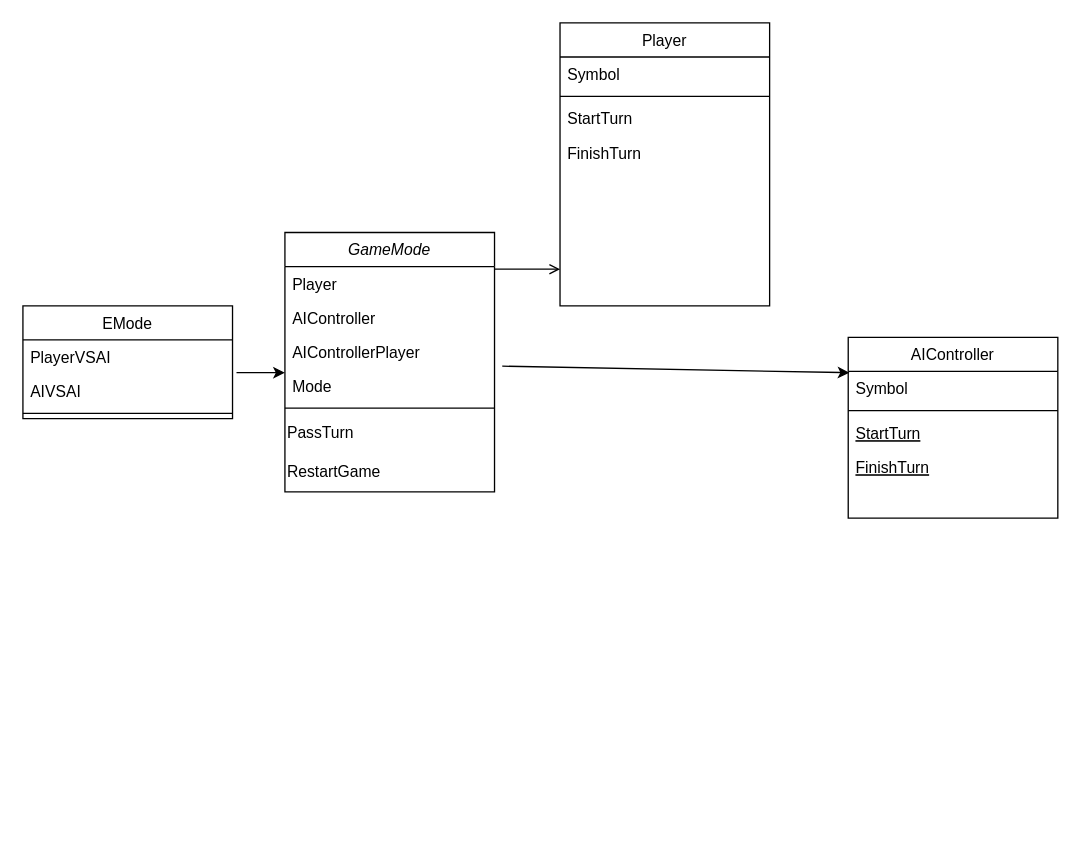
Above: UML.drawio in Ago251/Minimax (draw.io), before the change. Source tidied: cells renumbered, new cells numbered last; positions are measured from the earlier drawing's top-left corner, leaving out a move shared by most shapes. Both pictures are drawn from the tidied source at 131%, with x=0, y=0 at pixel (22, 22).
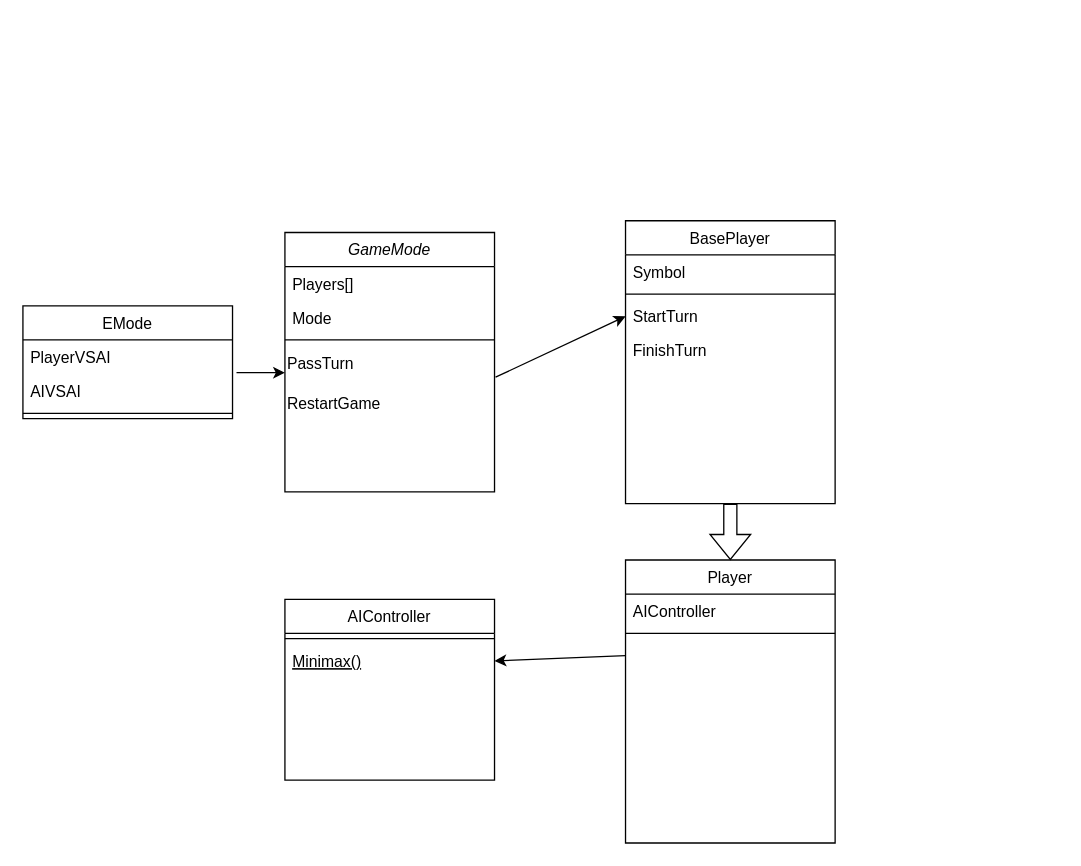
The same diagram, later.

Unchanged cells that the change refers to:
```xml
<mxCell id="2" value="GameMode&#10;" style="swimlane;fontStyle=2;align=center;verticalAlign=top;horizontal=1;startSize=26;rounded=0;shadow=0;strokeWidth=1;" parent="1" vertex="1">
  <mxGeometry x="200" y="160" width="160" height="198" as="geometry" />
</mxCell>
<mxCell id="18" value="StartTurn" style="text;align=left;verticalAlign=top;spacingLeft=4;spacingRight=4;overflow=hidden;points=[[0,0.5],[1,0.5]];portConstraint=eastwest;" parent="15" vertex="1">
  <mxGeometry y="60" width="160" height="26" as="geometry" />
</mxCell>
<mxCell id="24" value="AIVSAI" style="text;align=left;verticalAlign=top;spacingLeft=4;spacingRight=4;overflow=hidden;points=[[0,0.5],[1,0.5]];portConstraint=eastwest;rounded=0;shadow=0;html=0;" parent="22" vertex="1">
  <mxGeometry y="52" width="160" height="26" as="geometry" />
</mxCell>
```

The edit, as a diff of the source:
```diff
@@
-    <mxCell id="3" value="Player    " style="text;align=left;verticalAlign=top;spacingLeft=4;spacingRight=4;overflow=hidden;" parent="2" vertex="1">
+    <mxCell id="3" value="Players[]" style="text;align=left;verticalAlign=top;spacingLeft=4;spacingRight=4;overflow=hidden;" parent="2" vertex="1">
       <mxGeometry y="26" width="160" height="26" as="geometry" />
     </mxCell>
-    <mxCell id="4" value="AIController" style="text;align=left;verticalAlign=top;spacingLeft=4;spacingRight=4;overflow=hidden;rounded=0;shadow=0;html=0;" parent="2" vertex="1">
-      <mxGeometry y="52" width="160" height="26" as="geometry" />
-    </mxCell>
-    <mxCell id="5" value="AIControllerPlayer" style="text;align=left;verticalAlign=top;spacingLeft=4;spacingRight=4;overflow=hidden;points=[[0,0.5],[1,0.5]];portConstraint=eastwest;rounded=0;shadow=0;html=0;" parent="2" vertex="1">
-      <mxGeometry y="78" width="160" height="26" as="geometry" />
-    </mxCell>
     <mxCell id="6" value="Mode" style="text;align=left;verticalAlign=top;spacingLeft=4;spacingRight=4;overflow=hidden;rounded=0;shadow=0;html=0;" parent="2" vertex="1">
-      <mxGeometry y="104" width="160" height="26" as="geometry" />
+      <mxGeometry y="52" width="160" height="26" as="geometry" />
     </mxCell>
     <mxCell id="7" style="line;html=1;strokeWidth=1;align=left;verticalAlign=middle;spacingTop=-1;spacingLeft=3;spacingRight=3;labelPosition=right;" parent="2" vertex="1">
-      <mxGeometry y="130" width="160" height="8" as="geometry" />
+      <mxGeometry y="78" width="160" height="8" as="geometry" />
     </mxCell>
     <mxCell id="8" value="PassTurn" style="text;html=1;align=left;verticalAlign=middle;points=[];strokeColor=none;fillColor=none;" parent="2" vertex="1">
-      <mxGeometry y="138" width="160" height="30" as="geometry" />
+      <mxGeometry y="86" width="160" height="30" as="geometry" />
     </mxCell>
     <mxCell id="9" value="RestartGame" style="text;html=1;align=left;verticalAlign=middle;strokeColor=none;fillColor=none;" parent="2" vertex="1">
-      <mxGeometry y="168" width="160" height="30" as="geometry" />
+      <mxGeometry y="116" width="160" height="30" as="geometry" />
     </mxCell>
     <mxCell id="10" value="AIController&#10;" style="swimlane;fontStyle=0;align=center;verticalAlign=top;horizontal=1;startSize=26;rounded=0;shadow=0;strokeWidth=1;" parent="1" vertex="1">
-      <mxGeometry x="630" y="240" width="160" height="138" as="geometry" />
+      <mxGeometry x="200" y="440" width="160" height="138" as="geometry" />
     </mxCell>
-    <mxCell id="11" value="Symbol" style="text;align=left;verticalAlign=top;spacingLeft=4;spacingRight=4;overflow=hidden;points=[[0,0.5],[1,0.5]];portConstraint=eastwest;" parent="10" vertex="1">
-      <mxGeometry y="26" width="160" height="26" as="geometry" />
-    </mxCell>
     <mxCell id="12" style="line;html=1;strokeWidth=1;align=left;verticalAlign=middle;spacingTop=-1;spacingLeft=3;spacingRight=3;labelPosition=right;" parent="10" vertex="1">
-      <mxGeometry y="52" width="160" height="8" as="geometry" />
+      <mxGeometry y="26" width="160" height="8" as="geometry" />
     </mxCell>
-    <mxCell id="13" value="StartTurn" style="text;align=left;verticalAlign=top;spacingLeft=4;spacingRight=4;overflow=hidden;points=[[0,0.5],[1,0.5]];portConstraint=eastwest;fontStyle=4;" parent="10" vertex="1">
-      <mxGeometry y="60" width="160" height="26" as="geometry" />
+    <mxCell id="13" value="Minimax()" style="text;align=left;verticalAlign=top;spacingLeft=4;spacingRight=4;overflow=hidden;points=[[0,0.5],[1,0.5]];portConstraint=eastwest;fontStyle=4;" parent="10" vertex="1">
+      <mxGeometry y="34" width="160" height="26" as="geometry" />
     </mxCell>
-    <mxCell id="14" value="FinishTurn" style="text;align=left;verticalAlign=top;spacingLeft=4;spacingRight=4;overflow=hidden;fontStyle=4;" parent="10" vertex="1">
-      <mxGeometry y="86" width="160" height="26" as="geometry" />
-    </mxCell>
-    <mxCell id="15" value="Player&#10;" style="swimlane;fontStyle=0;align=center;verticalAlign=top;horizontal=1;startSize=26;rounded=0;shadow=0;strokeWidth=1;" parent="1" vertex="1">
-      <mxGeometry x="410" width="160" height="216" as="geometry" />
+    <mxCell id="15" value="BasePlayer&#10;" style="swimlane;fontStyle=0;align=center;verticalAlign=top;horizontal=1;startSize=26;rounded=0;shadow=0;strokeWidth=1;" parent="1" vertex="1">
+      <mxGeometry x="460" y="151" width="160" height="216" as="geometry" />
     </mxCell>
@@
-    <mxCell id="20" style="endArrow=open;shadow=0;strokeWidth=1;rounded=0;curved=0;endFill=1;edgeStyle=elbowEdgeStyle;elbow=vertical;" parent="1" edge="1" source="2" target="15">
-      <mxGeometry x="0.5" y="41" relative="1" as="geometry">
-        <mxPoint x="-40" y="32" as="offset" />
-      </mxGeometry>
-    </mxCell>
-    <mxCell id="21" style="endArrow=classic;html=1;rounded=0;exitX=1.031;exitY=-0.154;exitDx=0;exitDy=0;exitPerimeter=0;entryX=0.006;entryY=0.038;entryDx=0;entryDy=0;entryPerimeter=0;" parent="1" edge="1" target="11">
-      <mxGeometry relative="1" as="geometry">
-        <mxPoint x="365.9" y="262" as="sourcePoint" />
-      </mxGeometry>
-    </mxCell>
@@
-    <mxCell id="26" style="endArrow=classic;html=1;rounded=0;exitX=1.019;exitY=-0.038;exitDx=0;exitDy=0;exitPerimeter=0;entryX=0;entryY=1.115;entryDx=0;entryDy=0;entryPerimeter=0;" parent="1" edge="1" source="24" target="5">
-      <mxGeometry relative="1" as="geometry" />
+    <mxCell id="26" style="endArrow=classic;html=1;rounded=0;exitX=1.019;exitY=-0.038;exitDx=0;exitDy=0;exitPerimeter=0;entryX=0;entryY=1.115;entryDx=0;entryDy=0;entryPerimeter=0;" parent="1" edge="1" source="24">
+      <mxGeometry relative="1" as="geometry">
+        <mxPoint x="200" y="267" as="targetPoint" />
+      </mxGeometry>
     </mxCell>
+    <mxCell id="27" value="Player&#10;" style="swimlane;fontStyle=0;align=center;verticalAlign=top;horizontal=1;startSize=26;rounded=0;shadow=0;strokeWidth=1;" parent="1" vertex="1">
+      <mxGeometry x="460" y="410" width="160" height="216" as="geometry" />
+    </mxCell>
+    <mxCell id="4" value="AIController" style="text;align=left;verticalAlign=top;spacingLeft=4;spacingRight=4;overflow=hidden;rounded=0;shadow=0;html=0;" parent="27" vertex="1">
+      <mxGeometry y="26" width="160" height="26" as="geometry" />
+    </mxCell>
+    <mxCell id="28" style="line;html=1;strokeWidth=1;align=left;verticalAlign=middle;spacingTop=-1;spacingLeft=3;spacingRight=3;labelPosition=right;" parent="27" vertex="1">
+      <mxGeometry y="52" width="160" height="8" as="geometry" />
+    </mxCell>
+    <mxCell id="29" style="endArrow=classic;html=1;rounded=0;entryX=1;entryY=0.5;entryDx=0;entryDy=0;exitX=0;exitY=0.5;exitDx=0;exitDy=0;" parent="1" edge="1" target="13">
+      <mxGeometry relative="1" as="geometry">
+        <mxPoint x="460" y="483" as="sourcePoint" />
+      </mxGeometry>
+    </mxCell>
+    <mxCell id="30" style="shape=flexArrow;endArrow=classic;html=1;rounded=0;exitX=0.5;exitY=1;exitDx=0;exitDy=0;" parent="1" edge="1" source="15">
+      <mxGeometry relative="1" as="geometry">
+        <mxPoint x="540" y="410" as="targetPoint" />
+      </mxGeometry>
+    </mxCell>
+    <mxCell id="31" style="endArrow=classic;html=1;rounded=0;exitX=1.005;exitY=0.815;exitDx=0;exitDy=0;exitPerimeter=0;entryX=0;entryY=0.5;entryDx=0;entryDy=0;" parent="1" edge="1" source="8" target="18">
+      <mxGeometry relative="1" as="geometry" />
+    </mxCell>
```
